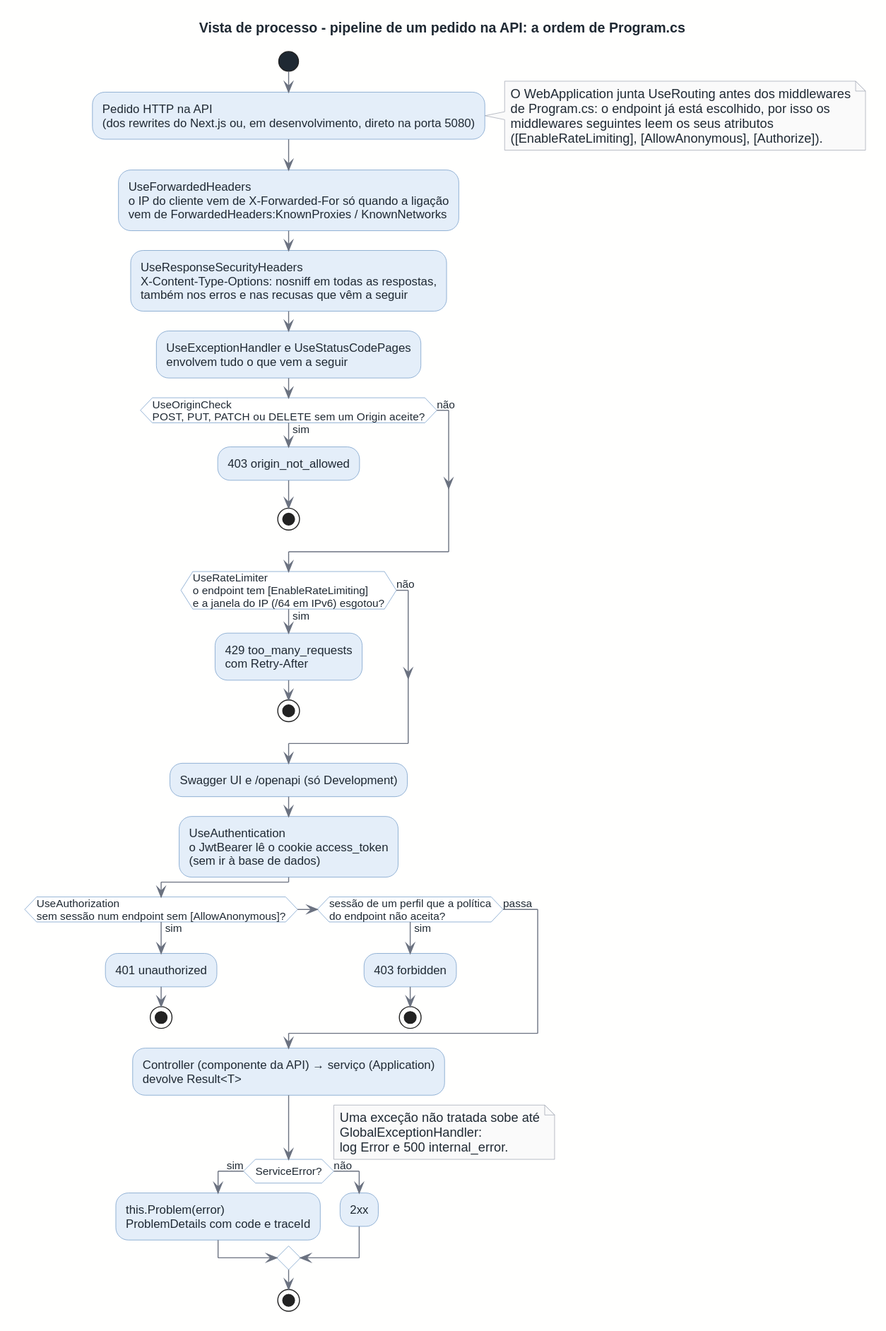
This is docs/architecture/out/process-pipeline.svg from rodrigo4sousa/SportsEstablishments, a PlantUML export, as it was before one commit. Source of this version:
```plantuml
@startuml
!include ../style.puml

title Vista de processo - pipeline de um pedido na API: a ordem de Program.cs

start
:Pedido HTTP na API
(dos rewrites do Next.js ou, em desenvolvimento, direto na porta 5080);
note right
  O WebApplication junta UseRouting antes dos middlewares
  de Program.cs: o endpoint já está escolhido, por isso os
  middlewares seguintes leem os seus atributos
  ([EnableRateLimiting], [AllowAnonymous], [Authorize]).
end note
:UseForwardedHeaders
o IP do cliente vem de X-Forwarded-For só quando a ligação
vem de ForwardedHeaders:KnownProxies / KnownNetworks;
:UseResponseSecurityHeaders
X-Content-Type-Options: nosniff em todas as respostas,
também nos erros e nas recusas que vêm a seguir;
:UseExceptionHandler e UseStatusCodePages
envolvem tudo o que vem a seguir;
if (UseOriginCheck
POST, PUT, PATCH ou DELETE sem um Origin aceite?) then (sim)
  :403 origin_not_allowed;
  stop
else (não)
endif
if (UseRateLimiter
o endpoint tem [EnableRateLimiting]
e a janela do IP (/64 em IPv6) esgotou?) then (sim)
  :429 too_many_requests
  com Retry-After;
  stop
else (não)
endif
:Swagger UI e /openapi (só Development);
:UseAuthentication
o JwtBearer lê o cookie access_token
(sem ir à base de dados);
if (UseAuthorization
sem sessão num endpoint sem [AllowAnonymous]?) then (sim)
  :401 unauthorized;
  stop
elseif (sessão de um perfil que a política
do endpoint não aceita?) then (sim)
  :403 forbidden;
  stop
else (passa)
endif
:Controller (componente da API) → serviço (Application)
devolve Result<T>;
if (ServiceError?) then (sim)
  :this.Problem(error)
  ProblemDetails com code e traceId;
else (não)
  :2xx;
endif
note right
  Uma exceção não tratada sobe até
  GlobalExceptionHandler:
  log Error e 500 internal_error.
end note
stop
@enduml
```
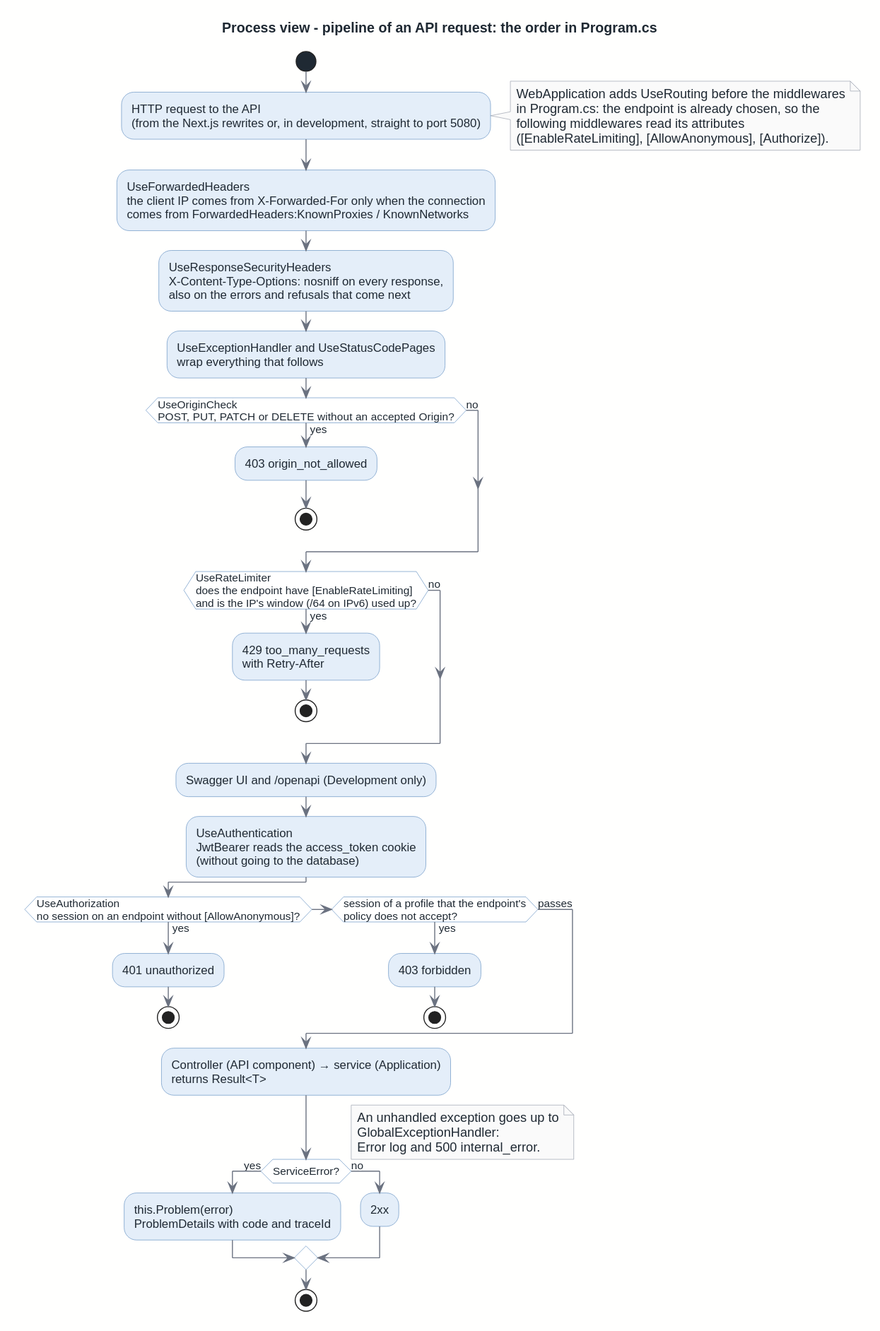
The same diagram one commit later.

Change to the diagram source:
```diff
@@ -1,65 +1,65 @@
 @startuml
 !include ../style.puml
 
-title Vista de processo - pipeline de um pedido na API: a ordem de Program.cs
+title Process view - pipeline of an API request: the order in Program.cs
 
 start
-:Pedido HTTP na API
-(dos rewrites do Next.js ou, em desenvolvimento, direto na porta 5080);
+:HTTP request to the API
+(from the Next.js rewrites or, in development, straight to port 5080);
 note right
-  O WebApplication junta UseRouting antes dos middlewares
-  de Program.cs: o endpoint já está escolhido, por isso os
-  middlewares seguintes leem os seus atributos
+  WebApplication adds UseRouting before the middlewares
+  in Program.cs: the endpoint is already chosen, so the
+  following middlewares read its attributes
   ([EnableRateLimiting], [AllowAnonymous], [Authorize]).
 end note
 :UseForwardedHeaders
-o IP do cliente vem de X-Forwarded-For só quando a ligação
-vem de ForwardedHeaders:KnownProxies / KnownNetworks;
+the client IP comes from X-Forwarded-For only when the connection
+comes from ForwardedHeaders:KnownProxies / KnownNetworks;
 :UseResponseSecurityHeaders
-X-Content-Type-Options: nosniff em todas as respostas,
-também nos erros e nas recusas que vêm a seguir;
-:UseExceptionHandler e UseStatusCodePages
-envolvem tudo o que vem a seguir;
+X-Content-Type-Options: nosniff on every response,
+also on the errors and refusals that come next;
+:UseExceptionHandler and UseStatusCodePages
+wrap everything that follows;
 if (UseOriginCheck
-POST, PUT, PATCH ou DELETE sem um Origin aceite?) then (sim)
+POST, PUT, PATCH or DELETE without an accepted Origin?) then (yes)
   :403 origin_not_allowed;
   stop
-else (não)
+else (no)
 endif
 if (UseRateLimiter
-o endpoint tem [EnableRateLimiting]
-e a janela do IP (/64 em IPv6) esgotou?) then (sim)
+does the endpoint have [EnableRateLimiting]
+and is the IP's window (/64 on IPv6) used up?) then (yes)
   :429 too_many_requests
-  com Retry-After;
+  with Retry-After;
   stop
-else (não)
+else (no)
 endif
-:Swagger UI e /openapi (só Development);
+:Swagger UI and /openapi (Development only);
 :UseAuthentication
-o JwtBearer lê o cookie access_token
-(sem ir à base de dados);
+JwtBearer reads the access_token cookie
+(without going to the database);
 if (UseAuthorization
-sem sessão num endpoint sem [AllowAnonymous]?) then (sim)
+no session on an endpoint without [AllowAnonymous]?) then (yes)
   :401 unauthorized;
   stop
-elseif (sessão de um perfil que a política
-do endpoint não aceita?) then (sim)
+elseif (session of a profile that the endpoint's
+policy does not accept?) then (yes)
   :403 forbidden;
   stop
-else (passa)
+else (passes)
 endif
-:Controller (componente da API) → serviço (Application)
-devolve Result<T>;
-if (ServiceError?) then (sim)
+:Controller (API component) → service (Application)
+returns Result<T>;
+if (ServiceError?) then (yes)
   :this.Problem(error)
-  ProblemDetails com code e traceId;
-else (não)
+  ProblemDetails with code and traceId;
+else (no)
   :2xx;
 endif
 note right
-  Uma exceção não tratada sobe até
+  An unhandled exception goes up to
   GlobalExceptionHandler:
-  log Error e 500 internal_error.
+  Error log and 500 internal_error.
 end note
 stop
 @enduml
```
